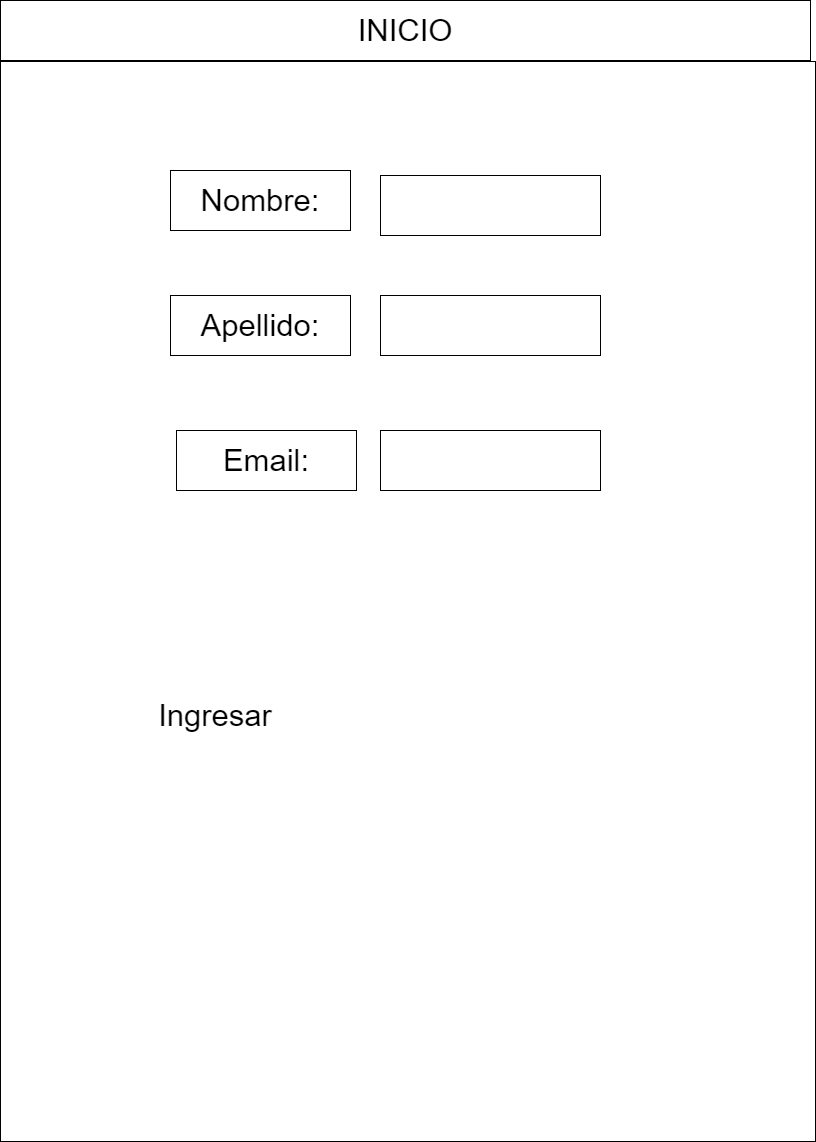
The draw.io diagram Wireframes/Parte2_de_wireframe.png in UCC-LabCompu2-Historico/Proyecto2022-Morales-Dalmasso, before a commit. Source tidied: cells renumbered, new cells last; positions are measured from the earlier drawing's top-left corner, leaving out a move shared by most shapes. Its diagram source:
```xml
<mxGraphModel>
  <root>
    <mxCell id="0" />
    <mxCell id="1" parent="0" />
    <mxCell id="2" value="INICIO" style="rounded=0;whiteSpace=wrap;html=1;fontSize=31;" parent="1" vertex="1">
      <mxGeometry width="810" height="60" as="geometry" />
    </mxCell>
    <mxCell id="3" value="Apellido" style="text;html=1;strokeColor=none;fillColor=none;align=center;verticalAlign=middle;whiteSpace=wrap;rounded=0;fontSize=31;" parent="1" vertex="1">
      <mxGeometry x="90" y="310" width="60" height="30" as="geometry" />
    </mxCell>
    <mxCell id="4" value="Nombre" style="text;html=1;strokeColor=none;fillColor=none;align=center;verticalAlign=middle;whiteSpace=wrap;rounded=0;fontSize=31;" parent="1" vertex="1">
      <mxGeometry x="80" y="190" width="60" height="30" as="geometry" />
    </mxCell>
    <mxCell id="5" value="Text" style="text;html=1;strokeColor=none;fillColor=none;align=center;verticalAlign=middle;whiteSpace=wrap;rounded=0;fontSize=31;" parent="1" vertex="1">
      <mxGeometry x="80" y="430" width="60" height="30" as="geometry" />
    </mxCell>
    <mxCell id="6" style="rounded=0;whiteSpace=wrap;html=1;fontSize=31;" parent="1" vertex="1">
      <mxGeometry y="61" width="815" height="1080" as="geometry" />
    </mxCell>
    <mxCell id="7" value="Nombre:" style="rounded=0;whiteSpace=wrap;html=1;fontSize=31;" parent="1" vertex="1">
      <mxGeometry x="170" y="170" width="180" height="60" as="geometry" />
    </mxCell>
    <mxCell id="8" value="Apellido:" style="rounded=0;whiteSpace=wrap;html=1;fontSize=31;" parent="1" vertex="1">
      <mxGeometry x="170" y="295" width="180" height="60" as="geometry" />
    </mxCell>
    <mxCell id="9" value="Email:" style="rounded=0;whiteSpace=wrap;html=1;fontSize=31;" parent="1" vertex="1">
      <mxGeometry x="176" y="430" width="180" height="60" as="geometry" />
    </mxCell>
    <mxCell id="10" value="Ingresar&lt;br&gt;" style="text;html=1;strokeColor=none;fillColor=none;align=center;verticalAlign=middle;whiteSpace=wrap;rounded=0;fontSize=31;" parent="1" vertex="1">
      <mxGeometry x="140" y="680" width="150" height="70" as="geometry" />
    </mxCell>
    <mxCell id="11" style="rounded=0;whiteSpace=wrap;html=1;fontSize=31;" parent="1" vertex="1">
      <mxGeometry x="380" y="175" width="220" height="60" as="geometry" />
    </mxCell>
    <mxCell id="12" style="rounded=0;whiteSpace=wrap;html=1;fontSize=31;" parent="1" vertex="1">
      <mxGeometry x="380" y="295" width="220" height="60" as="geometry" />
    </mxCell>
    <mxCell id="13" style="rounded=0;whiteSpace=wrap;html=1;fontSize=31;" parent="1" vertex="1">
      <mxGeometry x="380" y="430" width="220" height="60" as="geometry" />
    </mxCell>
  </root>
</mxGraphModel>
```
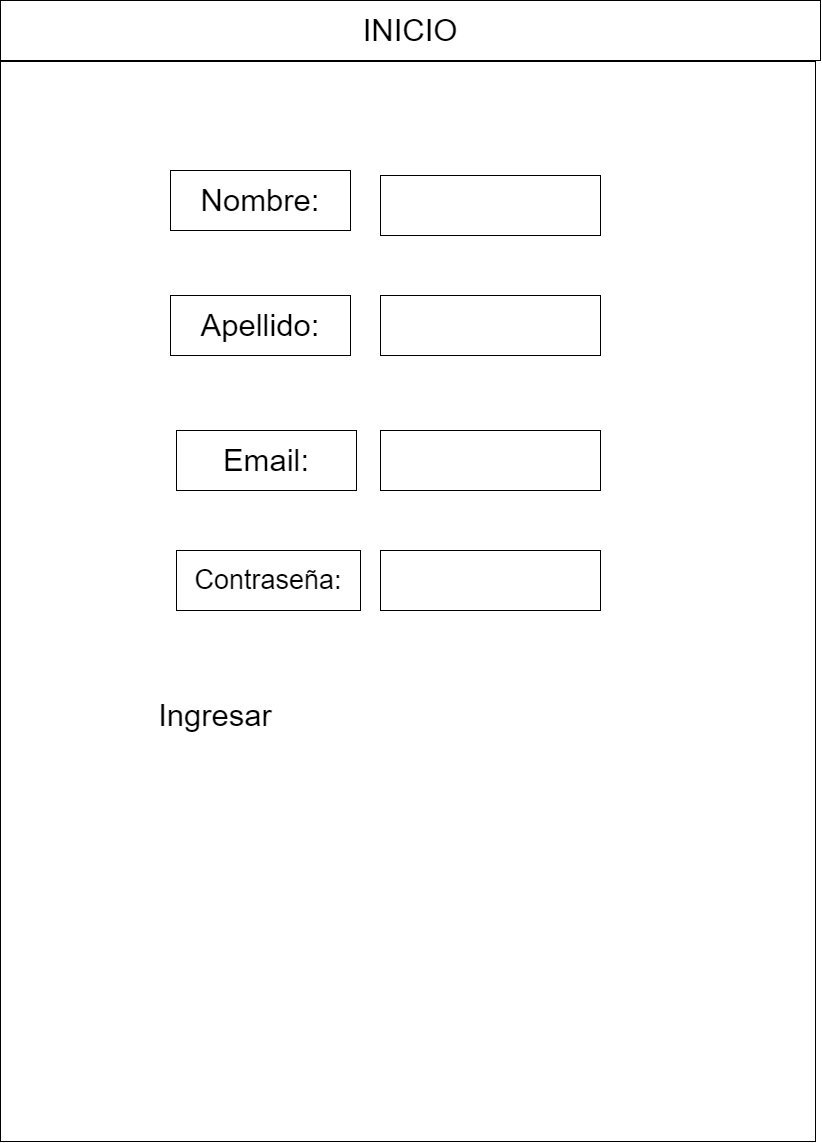
The same diagram one commit later.

The edit, as a diff of the source:
```diff
@@ -3,7 +3,7 @@
     <mxCell id="0" />
     <mxCell id="1" parent="0" />
     <mxCell id="2" value="INICIO" style="rounded=0;whiteSpace=wrap;html=1;fontSize=31;" parent="1" vertex="1">
-      <mxGeometry width="810" height="60" as="geometry" />
+      <mxGeometry width="820" height="60" as="geometry" />
     </mxCell>
     <mxCell id="3" value="Apellido" style="text;html=1;strokeColor=none;fillColor=none;align=center;verticalAlign=middle;whiteSpace=wrap;rounded=0;fontSize=31;" parent="1" vertex="1">
       <mxGeometry x="90" y="310" width="60" height="30" as="geometry" />
@@ -38,5 +38,11 @@
     <mxCell id="13" style="rounded=0;whiteSpace=wrap;html=1;fontSize=31;" parent="1" vertex="1">
       <mxGeometry x="380" y="430" width="220" height="60" as="geometry" />
     </mxCell>
+    <mxCell id="14" value="&lt;span style=&quot;font-size: 27px&quot;&gt;Contraseña:&lt;/span&gt;" style="rounded=0;whiteSpace=wrap;html=1;" parent="1" vertex="1">
+      <mxGeometry x="176" y="550" width="184" height="60" as="geometry" />
+    </mxCell>
+    <mxCell id="15" style="rounded=0;whiteSpace=wrap;html=1;fontSize=27;" parent="1" vertex="1">
+      <mxGeometry x="380" y="550" width="220" height="60" as="geometry" />
+    </mxCell>
   </root>
 </mxGraphModel>
```
